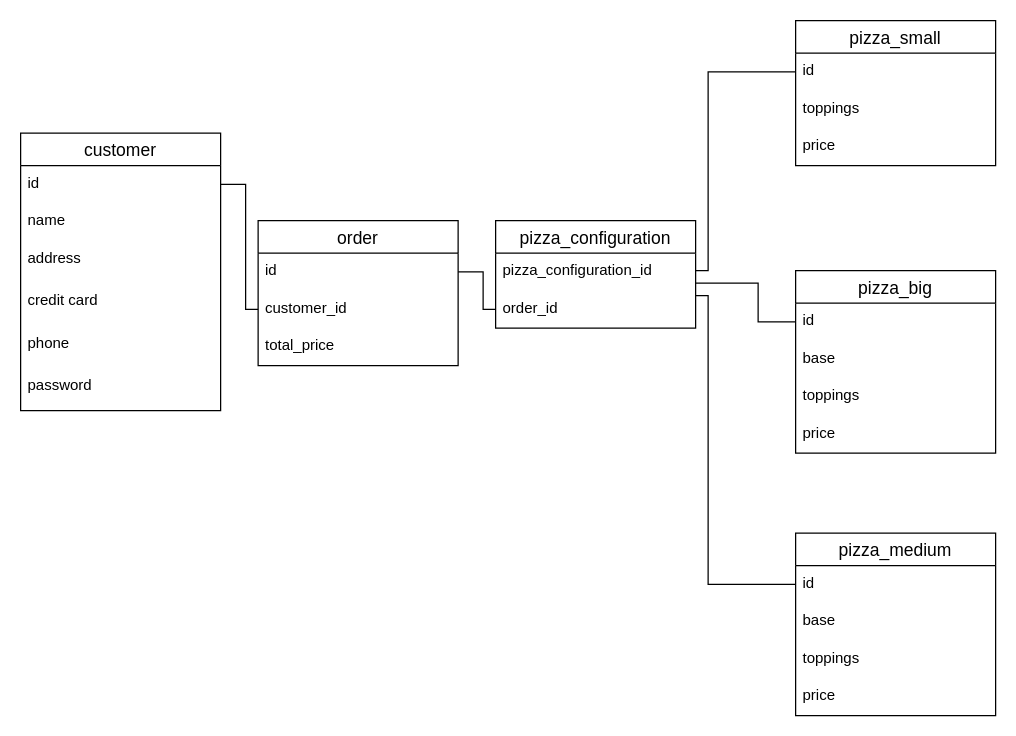
Before: Task 1/Domina.drawio in BlackFox1197/sdi, a draw.io diagram. Source tidied: cells renumbered, new cells numbered last; positions are measured from the earlier drawing's top-left corner, leaving out a move shared by most shapes. Both pictures are drawn from the tidied source at 125%, with x=0, y=0 at pixel (20, 20).
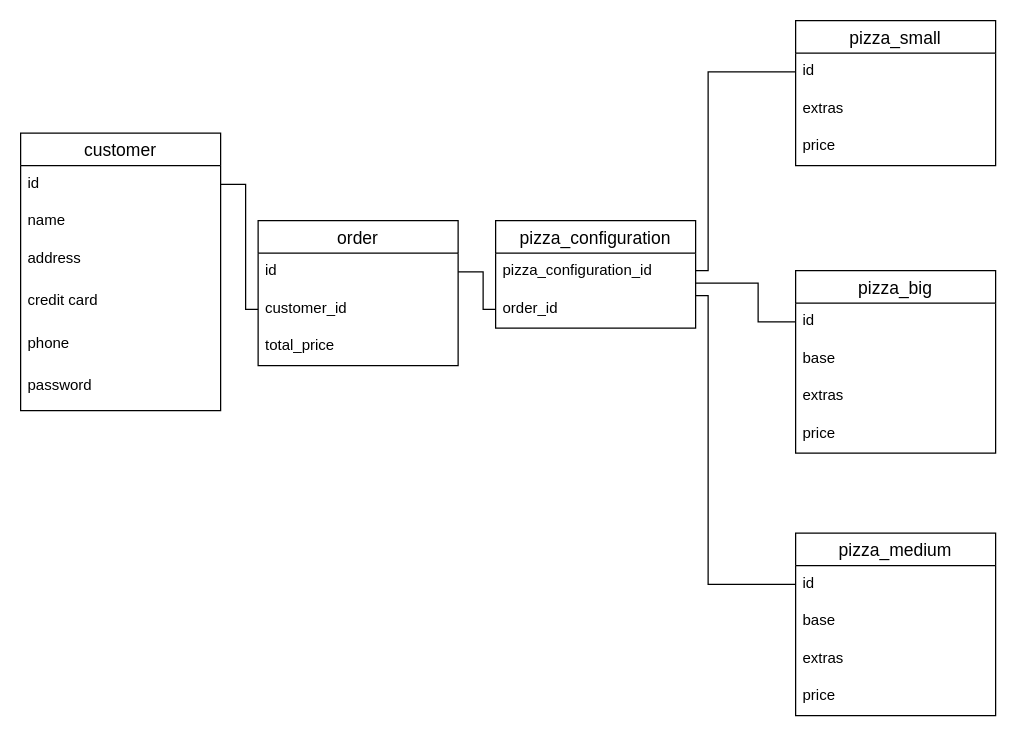
After the change.

The change refers to these unchanged cells:
```xml
<mxCell id="2" value="pizza_medium" style="swimlane;fontStyle=0;horizontal=1;startSize=26;align=center;fontSize=14;" parent="1" vertex="1">
  <mxGeometry x="620" y="410" width="160" height="146" as="geometry" />
</mxCell>
<mxCell id="14" value="pizza_big" style="swimlane;fontStyle=0;horizontal=1;startSize=26;align=center;fontSize=14;" parent="1" vertex="1">
  <mxGeometry x="620" y="200" width="160" height="146" as="geometry" />
</mxCell>
<mxCell id="19" value="pizza_small" style="swimlane;fontStyle=0;horizontal=1;startSize=26;align=center;fontSize=14;" parent="1" vertex="1">
  <mxGeometry x="620" width="160" height="116" as="geometry" />
</mxCell>
```

The edit, as a diff of the source:
```diff
@@
-    <mxCell id="5" value="toppings" style="text;strokeColor=none;fillColor=none;spacingLeft=4;spacingRight=4;overflow=hidden;fontSize=12;" parent="2" vertex="1">
+    <mxCell id="5" value="extras" style="text;strokeColor=none;fillColor=none;spacingLeft=4;spacingRight=4;overflow=hidden;fontSize=12;" parent="2" vertex="1">
       <mxGeometry y="86" width="160" height="30" as="geometry" />
     </mxCell>
@@
-    <mxCell id="17" value="toppings" style="text;strokeColor=none;fillColor=none;spacingLeft=4;spacingRight=4;overflow=hidden;fontSize=12;" parent="14" vertex="1">
+    <mxCell id="17" value="extras" style="text;strokeColor=none;fillColor=none;spacingLeft=4;spacingRight=4;overflow=hidden;fontSize=12;" parent="14" vertex="1">
       <mxGeometry y="86" width="160" height="30" as="geometry" />
     </mxCell>
@@
-    <mxCell id="21" value="toppings" style="text;strokeColor=none;fillColor=none;spacingLeft=4;spacingRight=4;overflow=hidden;fontSize=12;" parent="19" vertex="1">
+    <mxCell id="21" value="extras" style="text;strokeColor=none;fillColor=none;spacingLeft=4;spacingRight=4;overflow=hidden;fontSize=12;" parent="19" vertex="1">
       <mxGeometry y="56" width="160" height="30" as="geometry" />
     </mxCell>
```
